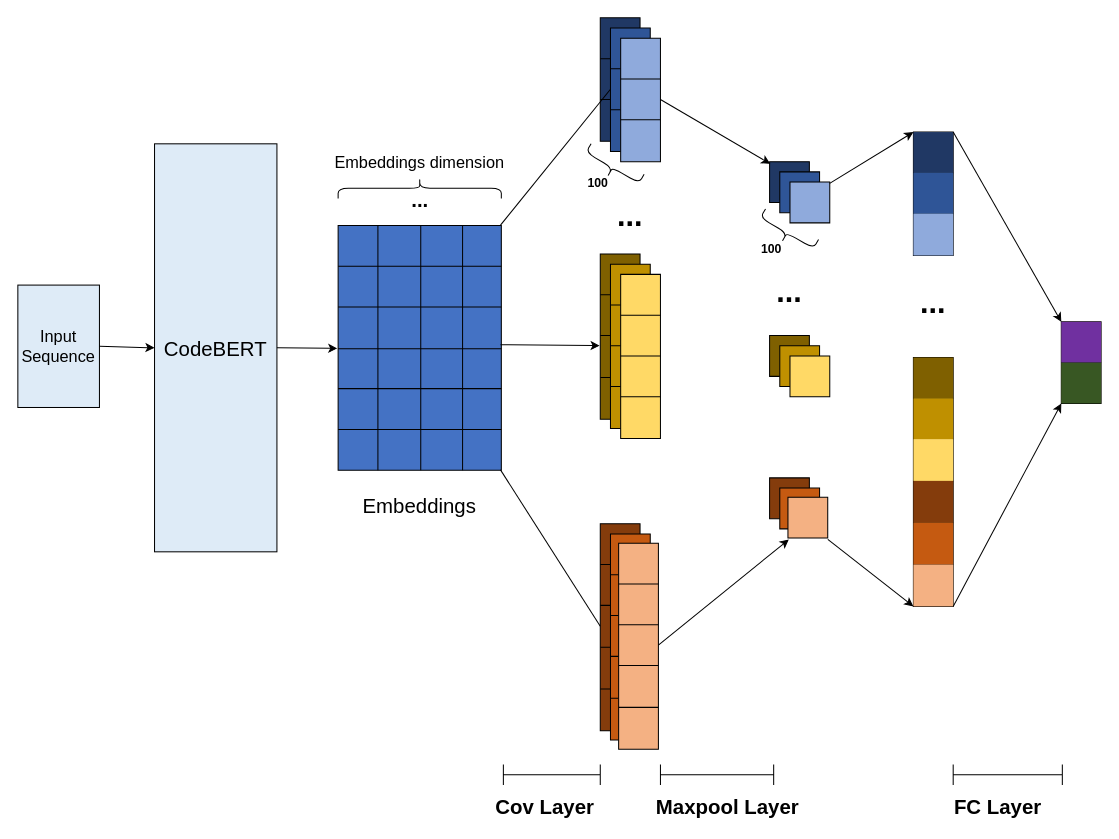
The draw.io diagram img/CNN.drawio in Don2025/ASAT-DL, before the edit. Source tidied: cells renumbered, new cells numbered last; positions are measured from the earlier drawing's top-left corner, leaving out a move shared by most shapes. Both pictures are drawn from the tidied source at 102%, with x=0, y=0 at pixel (17, 17).
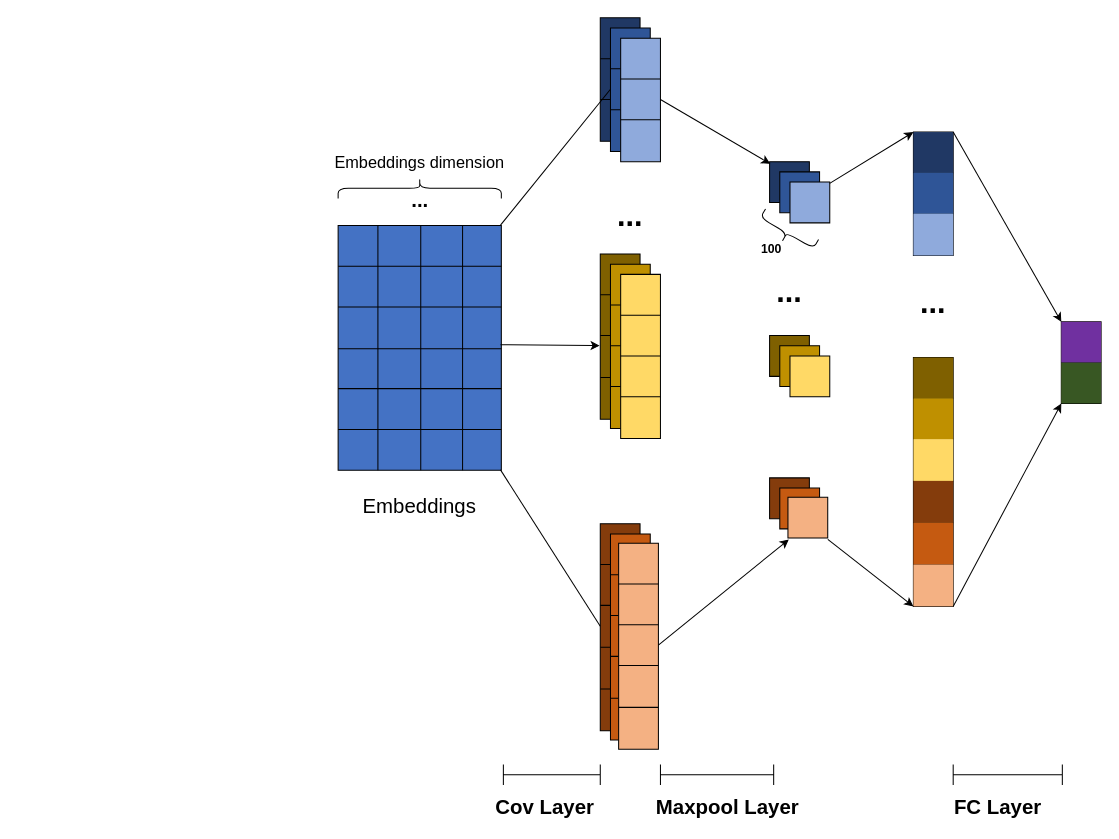
Above is the later version.

The change refers to these unchanged cells:
```xml
<mxCell id="16" style="shape=tableRow;horizontal=0;startSize=0;swimlaneHead=0;swimlaneBody=0;strokeColor=#000000;top=0;left=0;bottom=0;right=0;fillColor=none;points=[[0,0.5],[1,0.5]];portConstraint=eastwest;fontSize=16;" parent="5" vertex="1">
  <mxGeometry y="80" width="160" height="41" as="geometry" />
</mxCell>
```

The edit, as a diff of the source:
```diff
@@
-    <mxCell id="2" value="&lt;font style=&quot;font-size: 16px;&quot;&gt;Input Sequence&lt;/font&gt;" style="rounded=0;whiteSpace=wrap;html=1;direction=south;labelBackgroundColor=none;fillColor=#deebf7;" parent="1" vertex="1">
-      <mxGeometry y="262" width="80" height="120" as="geometry" />
-    </mxCell>
-    <mxCell id="3" value="&lt;font style=&quot;font-size: 20px;&quot;&gt;CodeBERT&lt;/font&gt;" style="rounded=0;whiteSpace=wrap;html=1;direction=south;fillColor=#DEEBF7;perimeterSpacing=0;" parent="1" vertex="1">
-      <mxGeometry x="134" y="123.5" width="120" height="400" as="geometry" />
-    </mxCell>
-    <mxCell id="4" style="endArrow=classic;html=1;rounded=0;exitX=0.5;exitY=0;exitDx=0;exitDy=0;entryX=0.5;entryY=1;entryDx=0;entryDy=0;" parent="1" edge="1" source="2" target="3">
-      <mxGeometry relative="1" as="geometry" />
-    </mxCell>
@@
-    <mxCell id="175" style="shape=curlyBracket;whiteSpace=wrap;html=1;rounded=1;labelPosition=left;verticalLabelPosition=middle;align=right;verticalAlign=middle;direction=north;rotation=30;" parent="1" vertex="1">
-      <mxGeometry x="553" y="137" width="60" height="20" as="geometry" />
-    </mxCell>
@@
-    <mxCell id="177" value="&lt;b&gt;100&lt;/b&gt;" style="text;strokeColor=none;align=center;fillColor=none;html=1;verticalAlign=middle;whiteSpace=wrap;rounded=0;" parent="1" vertex="1">
-      <mxGeometry x="539" y="147" width="60" height="30" as="geometry" />
-    </mxCell>
@@
-    <mxCell id="181" style="endArrow=classic;html=1;rounded=0;exitX=0.5;exitY=0;exitDx=0;exitDy=0;entryX=-0.005;entryY=0.99;entryDx=0;entryDy=0;entryPerimeter=0;" parent="1" edge="1" source="3" target="16">
-      <mxGeometry relative="1" as="geometry" />
-    </mxCell>
```
